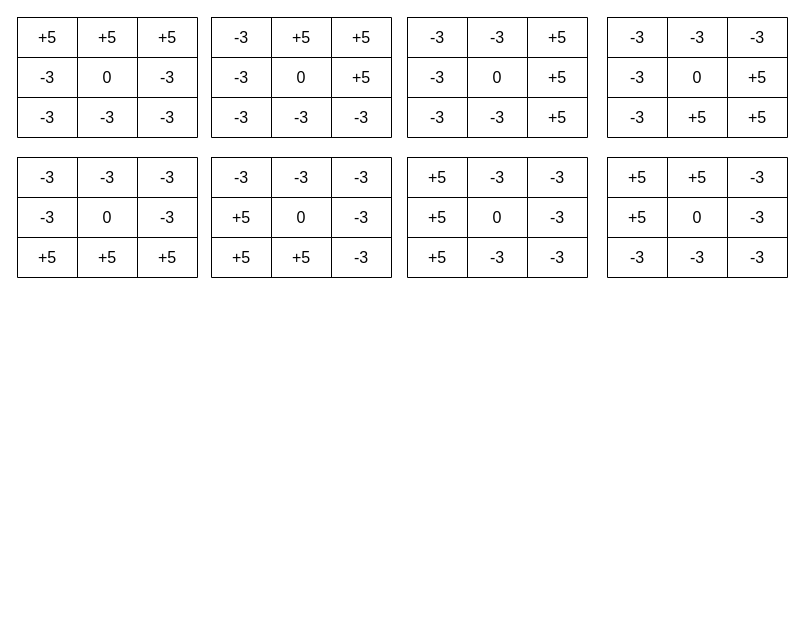
This is page "第 1 页" (1 of 3) of 未命名绘图.drawio from yyy-router/drawio, a draw.io file, before an edit. Source tidied: cells renumbered, new cells numbered last; positions are measured from the earlier drawing's top-left corner, leaving out a move shared by most shapes. Both pictures are drawn from the tidied source at 100%, with x=0, y=0 at pixel (17, 17).
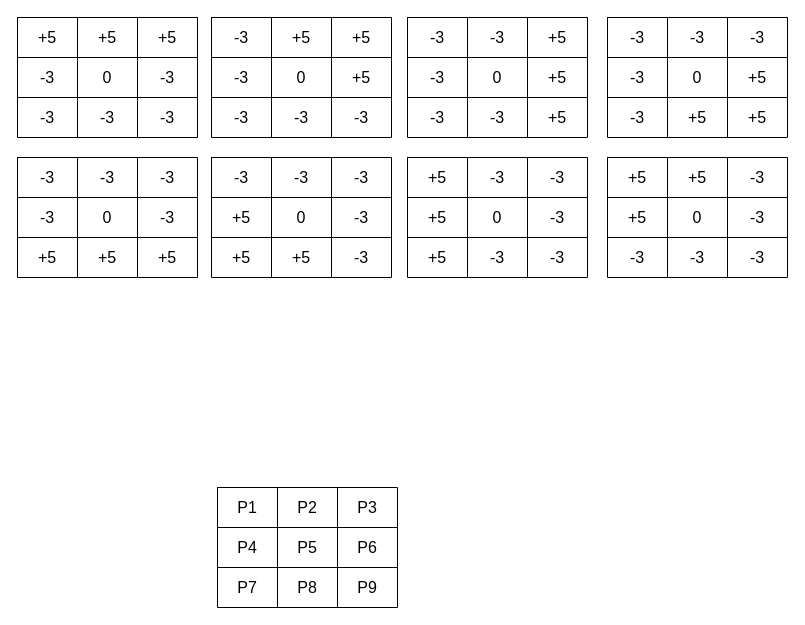
The same diagram, later.

Commit message (it also covers changes not shown here):
更新未命名绘图.drawio

What changed in the source:
```diff
@@
+    <mxCell id="106" style="shape=table;startSize=0;childLayout=tableLayout;fontSize=16;" parent="1" vertex="1">
+      <mxGeometry x="200" y="470" width="180" height="120" as="geometry" />
+    </mxCell>
+    <mxCell id="107" style="shape=tableRow;horizontal=0;startSize=0;swimlaneHead=0;swimlaneBody=0;strokeColor=inherit;top=0;left=0;bottom=0;right=0;fillColor=none;fontSize=16;" parent="106" vertex="1">
+      <mxGeometry width="180" height="40" as="geometry" />
+    </mxCell>
+    <mxCell id="108" value="P1" style="shape=partialRectangle;html=1;whiteSpace=wrap;strokeColor=inherit;overflow=hidden;fillColor=none;top=0;left=0;bottom=0;right=0;fontSize=16;" parent="107" vertex="1">
+      <mxGeometry width="60" height="40" as="geometry" />
+    </mxCell>
+    <mxCell id="109" value="P2" style="shape=partialRectangle;html=1;whiteSpace=wrap;strokeColor=inherit;overflow=hidden;fillColor=none;top=0;left=0;bottom=0;right=0;fontSize=16;" parent="107" vertex="1">
+      <mxGeometry x="60" width="60" height="40" as="geometry" />
+    </mxCell>
+    <mxCell id="110" value="P3" style="shape=partialRectangle;html=1;whiteSpace=wrap;strokeColor=inherit;overflow=hidden;fillColor=none;top=0;left=0;bottom=0;right=0;fontSize=16;" parent="107" vertex="1">
+      <mxGeometry x="120" width="60" height="40" as="geometry" />
+    </mxCell>
+    <mxCell id="111" style="shape=tableRow;horizontal=0;startSize=0;swimlaneHead=0;swimlaneBody=0;strokeColor=inherit;top=0;left=0;bottom=0;right=0;fillColor=none;fontSize=16;" parent="106" vertex="1">
+      <mxGeometry y="40" width="180" height="40" as="geometry" />
+    </mxCell>
+    <mxCell id="112" value="P4" style="shape=partialRectangle;html=1;whiteSpace=wrap;strokeColor=inherit;overflow=hidden;fillColor=none;top=0;left=0;bottom=0;right=0;fontSize=16;" parent="111" vertex="1">
+      <mxGeometry width="60" height="40" as="geometry" />
+    </mxCell>
+    <mxCell id="113" value="P5" style="shape=partialRectangle;html=1;whiteSpace=wrap;strokeColor=inherit;overflow=hidden;fillColor=none;top=0;left=0;bottom=0;right=0;fontSize=16;" parent="111" vertex="1">
+      <mxGeometry x="60" width="60" height="40" as="geometry" />
+    </mxCell>
+    <mxCell id="114" value="P6" style="shape=partialRectangle;html=1;whiteSpace=wrap;strokeColor=inherit;overflow=hidden;fillColor=none;top=0;left=0;bottom=0;right=0;fontSize=16;" parent="111" vertex="1">
+      <mxGeometry x="120" width="60" height="40" as="geometry" />
+    </mxCell>
+    <mxCell id="115" style="shape=tableRow;horizontal=0;startSize=0;swimlaneHead=0;swimlaneBody=0;strokeColor=inherit;top=0;left=0;bottom=0;right=0;fillColor=none;fontSize=16;" parent="106" vertex="1">
+      <mxGeometry y="80" width="180" height="40" as="geometry" />
+    </mxCell>
+    <mxCell id="116" value="P7" style="shape=partialRectangle;html=1;whiteSpace=wrap;strokeColor=inherit;overflow=hidden;fillColor=none;top=0;left=0;bottom=0;right=0;fontSize=16;" parent="115" vertex="1">
+      <mxGeometry width="60" height="40" as="geometry" />
+    </mxCell>
+    <mxCell id="117" value="P8" style="shape=partialRectangle;html=1;whiteSpace=wrap;strokeColor=inherit;overflow=hidden;fillColor=none;top=0;left=0;bottom=0;right=0;fontSize=16;" parent="115" vertex="1">
+      <mxGeometry x="60" width="60" height="40" as="geometry" />
+    </mxCell>
+    <mxCell id="118" value="P9" style="shape=partialRectangle;html=1;whiteSpace=wrap;strokeColor=inherit;overflow=hidden;fillColor=none;top=0;left=0;bottom=0;right=0;fontSize=16;" parent="115" vertex="1">
+      <mxGeometry x="120" width="60" height="40" as="geometry" />
+    </mxCell>
```
